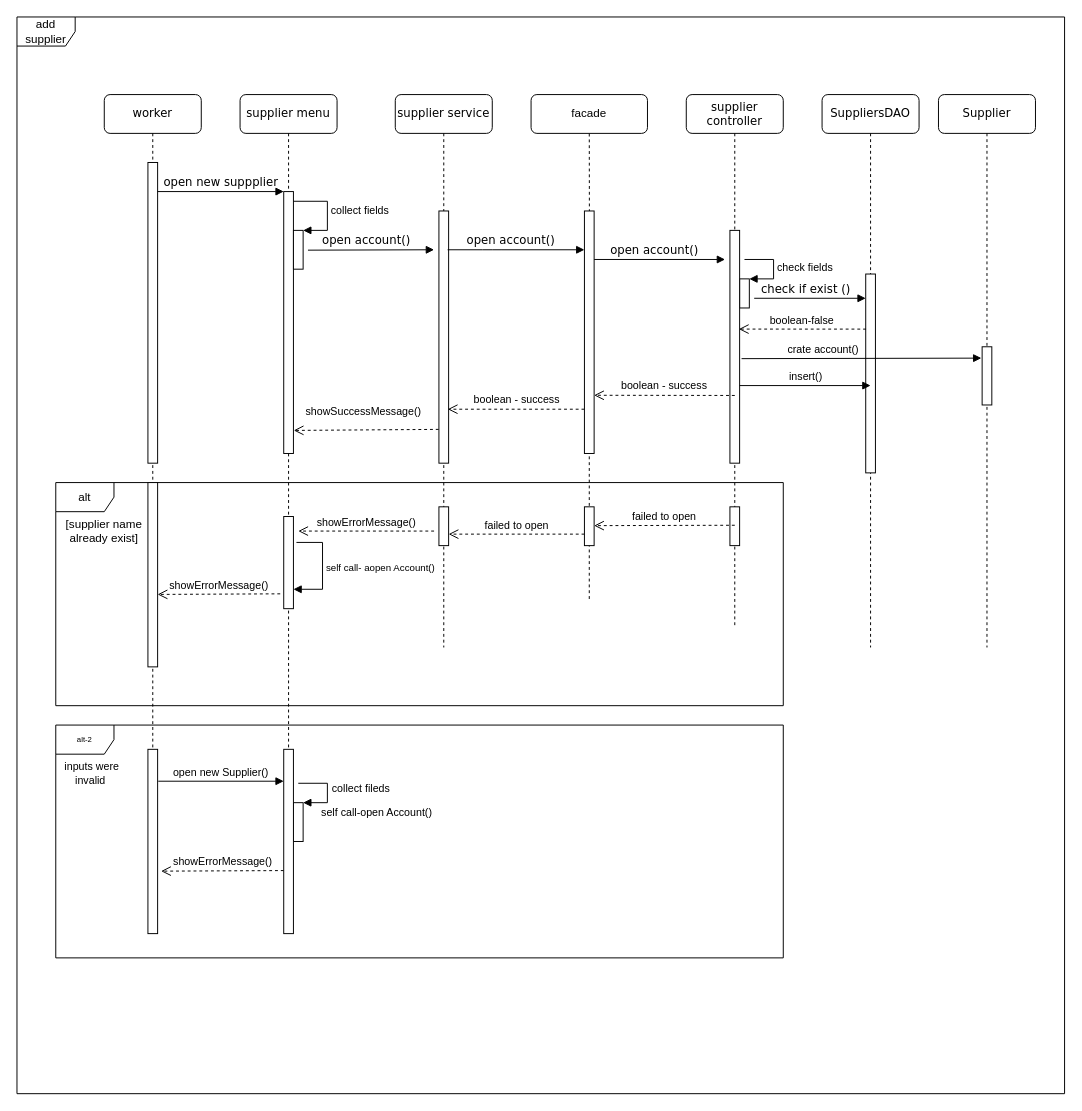
This is docs/use case diagram/sequence diagram scenario d.drawio from Naveavra/Market, a draw.io file, before an edit. Source tidied: cells renumbered, new cells numbered last; positions are measured from the earlier drawing's top-left corner, leaving out a move shared by most shapes. Both pictures are drawn from the tidied source at 97%, with x=0, y=0 at pixel (16, 16).
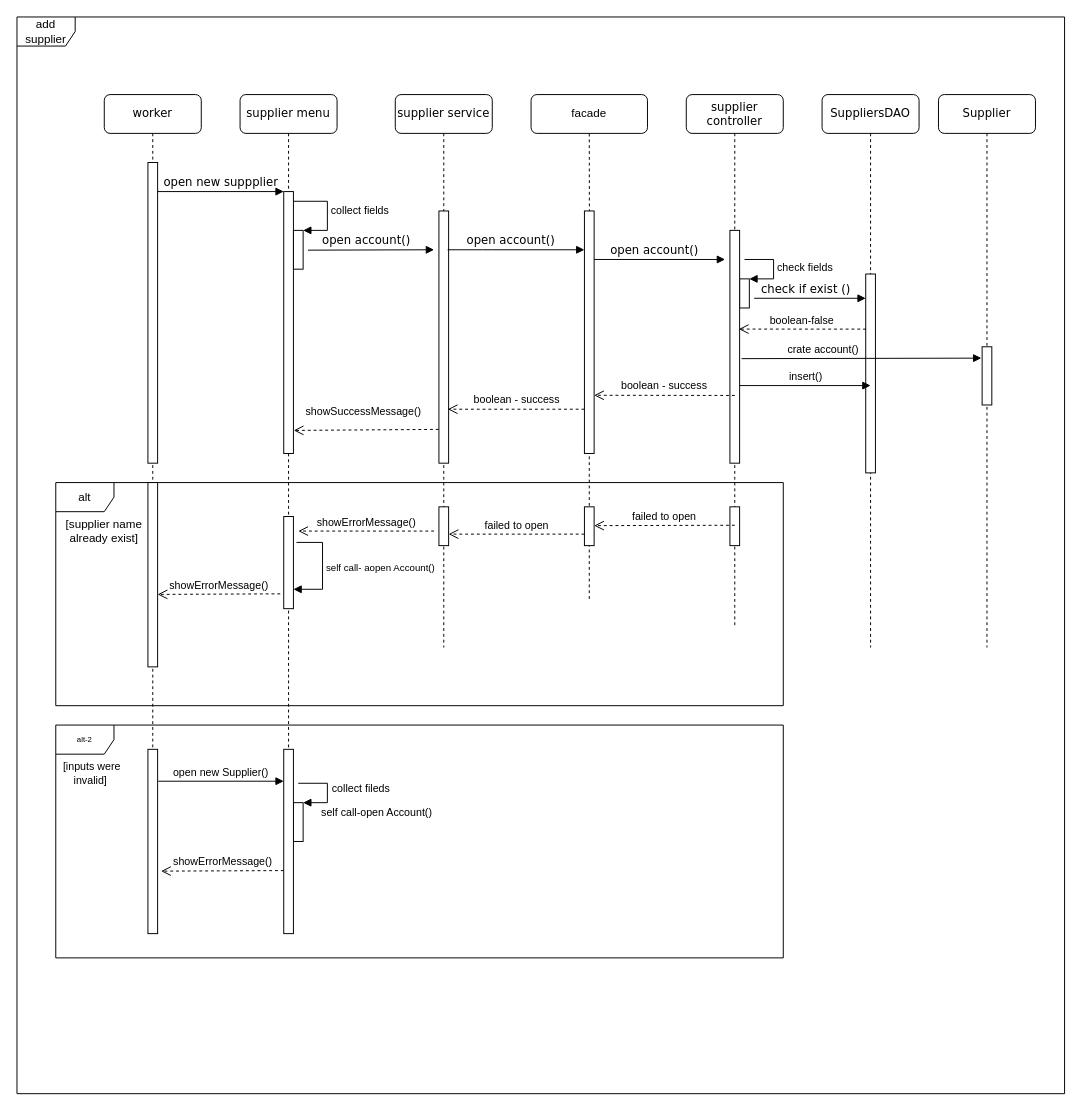
After the change.

The change refers to these unchanged cells:
```xml
<mxCell id="25" value="worker" style="shape=umlLifeline;perimeter=lifelinePerimeter;whiteSpace=wrap;html=1;rounded=1;shadow=0;comic=0;labelBackgroundColor=none;strokeWidth=1;fontFamily=Verdana;fontSize=12;align=center;" parent="1" vertex="1">
  <mxGeometry x="90" y="80" width="100" height="790" as="geometry" />
</mxCell>
```

The edit, as a diff of the source:
```diff
@@
-    <mxCell id="29" value="inputs were invalid&amp;nbsp;" style="text;html=1;strokeColor=none;fillColor=none;align=center;verticalAlign=middle;whiteSpace=wrap;rounded=0;fontSize=11;" parent="25" vertex="1">
+    <mxCell id="29" value="[inputs were invalid]&amp;nbsp;" style="text;html=1;strokeColor=none;fillColor=none;align=center;verticalAlign=middle;whiteSpace=wrap;rounded=0;fontSize=11;" parent="25" vertex="1">
       <mxGeometry x="-55" y="690" width="85" height="20" as="geometry" />
     </mxCell>
```
